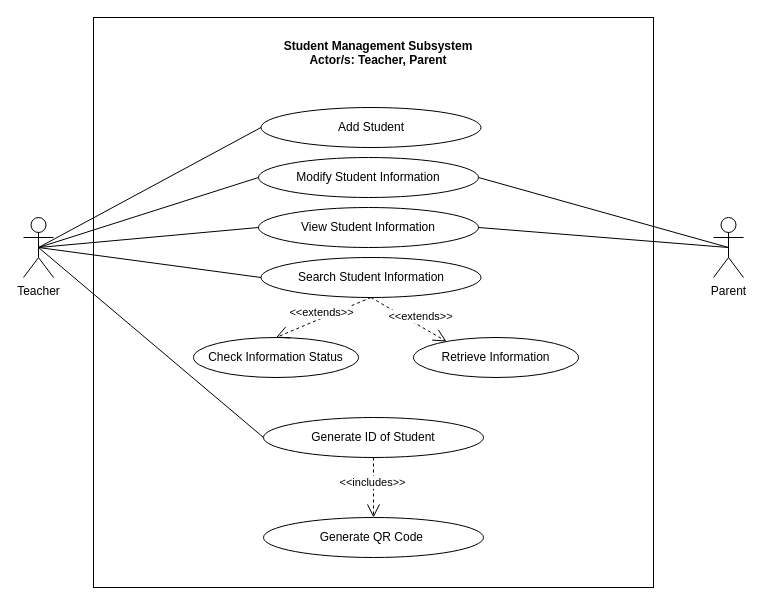
Before: page "SMS" (1 of 7) of REVISIONS/UML-DIAGRAMS/Diagrams 5-29-2021/Diagram.drawio in mrklglsn/CAPSTONE-FILES, a draw.io diagram. Source tidied: cells renumbered, new cells numbered last; positions are measured from the earlier drawing's top-left corner, leaving out a move shared by most shapes. Both pictures are drawn from the tidied source at 100%, with x=0, y=0 at pixel (23, 17).
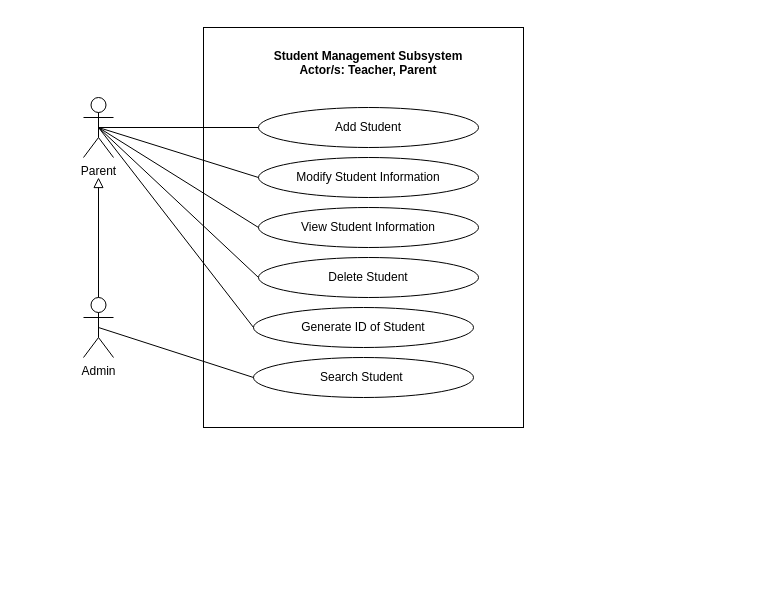
The same diagram, later.

The change refers to these unchanged cells:
```xml
<mxCell id="14" value="View Student Information" style="ellipse;whiteSpace=wrap;html=1;fillColor=none;" parent="1" vertex="1">
  <mxGeometry x="235" y="190" width="220" height="40" as="geometry" />
</mxCell>
<mxCell id="15" value="Modify Student Information" style="ellipse;whiteSpace=wrap;html=1;fillColor=none;" parent="1" vertex="1">
  <mxGeometry x="235" y="140" width="220" height="40" as="geometry" />
</mxCell>
```

What changed in the source:
```diff
@@
     <mxCell id="2" style="html=1;fillColor=none;" parent="1" vertex="1">
-      <mxGeometry x="70" width="560" height="570" as="geometry" />
+      <mxGeometry x="180" y="10" width="320" height="400" as="geometry" />
     </mxCell>
@@
-    <mxCell id="6" style="edgeStyle=none;rounded=0;jumpStyle=arc;jumpSize=14;jettySize=auto;html=1;exitX=0.5;exitY=0.5;exitDx=0;exitDy=0;exitPerimeter=0;entryX=0;entryY=0.5;entryDx=0;entryDy=0;startArrow=none;startFill=0;endArrow=none;endFill=0;startSize=11;endSize=11;" parent="1" edge="1" source="8" target="16">
-      <mxGeometry relative="1" as="geometry" />
-    </mxCell>
@@
+    <mxCell id="27" style="edgeStyle=none;rounded=0;jettySize=auto;html=1;exitX=0.5;exitY=0.5;exitDx=0;exitDy=0;exitPerimeter=0;entryX=0;entryY=0.5;entryDx=0;entryDy=0;endArrow=none;endFill=0;" parent="1" edge="1" source="8" target="30">
+      <mxGeometry relative="1" as="geometry" />
+    </mxCell>
-    <mxCell id="8" value="Teacher" style="shape=umlActor;verticalLabelPosition=bottom;verticalAlign=top;html=1;fillColor=none;" parent="1" vertex="1">
-      <mxGeometry y="200" width="30" height="60" as="geometry" />
+    <mxCell id="8" value="Parent" style="shape=umlActor;verticalLabelPosition=bottom;verticalAlign=top;html=1;fillColor=none;" parent="1" vertex="1">
+      <mxGeometry x="60" y="80" width="30" height="60" as="geometry" />
     </mxCell>
-    <mxCell id="9" style="edgeStyle=none;rounded=0;jumpStyle=arc;jumpSize=14;jettySize=auto;html=1;exitX=0.5;exitY=0.5;exitDx=0;exitDy=0;exitPerimeter=0;entryX=1;entryY=0.5;entryDx=0;entryDy=0;startArrow=none;startFill=0;endArrow=none;endFill=0;startSize=11;endSize=11;" parent="1" edge="1" source="11" target="14">
-      <mxGeometry relative="1" as="geometry" />
-    </mxCell>
-    <mxCell id="10" style="edgeStyle=none;rounded=0;jumpStyle=arc;jumpSize=14;jettySize=auto;html=1;exitX=0.5;exitY=0.5;exitDx=0;exitDy=0;exitPerimeter=0;entryX=1;entryY=0.5;entryDx=0;entryDy=0;startArrow=none;startFill=0;endArrow=none;endFill=0;startSize=11;endSize=11;" parent="1" edge="1" source="11" target="15">
-      <mxGeometry relative="1" as="geometry" />
-    </mxCell>
+    <mxCell id="28" style="edgeStyle=none;rounded=0;jettySize=auto;html=1;exitX=0.5;exitY=0;exitDx=0;exitDy=0;exitPerimeter=0;endArrow=block;endFill=0;endSize=8;" parent="1" edge="1" source="11">
+      <mxGeometry relative="1" as="geometry">
+        <mxPoint x="75" y="160" as="targetPoint" />
+      </mxGeometry>
+    </mxCell>
+    <mxCell id="29" style="edgeStyle=none;rounded=0;jettySize=auto;html=1;exitX=0.5;exitY=0.5;exitDx=0;exitDy=0;exitPerimeter=0;entryX=0;entryY=0.5;entryDx=0;entryDy=0;endArrow=none;endFill=0;endSize=8;" parent="1" edge="1" source="11" target="16">
+      <mxGeometry relative="1" as="geometry" />
+    </mxCell>
-    <mxCell id="11" value="Parent" style="shape=umlActor;verticalLabelPosition=bottom;verticalAlign=top;html=1;fillColor=none;" parent="1" vertex="1">
-      <mxGeometry x="690" y="200" width="30" height="60" as="geometry" />
+    <mxCell id="11" value="Admin" style="shape=umlActor;verticalLabelPosition=bottom;verticalAlign=top;html=1;fillColor=none;" parent="1" vertex="1">
+      <mxGeometry x="60" y="280" width="30" height="60" as="geometry" />
     </mxCell>
     <mxCell id="12" value="Student Management Subsystem&#10;Actor/s: Teacher, Parent" style="text;align=center;fontStyle=1;verticalAlign=middle;spacingLeft=3;spacingRight=3;strokeColor=none;fillColor=none;" parent="1" vertex="1">
-      <mxGeometry x="195" y="20" width="320" height="30" as="geometry" />
+      <mxGeometry x="185" y="30" width="320" height="30" as="geometry" />
     </mxCell>
     <mxCell id="13" value="Add Student" style="ellipse;whiteSpace=wrap;html=1;fillColor=none;" parent="1" vertex="1">
-      <mxGeometry x="237.5" y="90" width="220" height="40" as="geometry" />
+      <mxGeometry x="235" y="90" width="220" height="40" as="geometry" />
     </mxCell>
@@
-    <mxCell id="16" value="Search Student Information" style="ellipse;whiteSpace=wrap;html=1;fillColor=none;" parent="1" vertex="1">
-      <mxGeometry x="237.5" y="240" width="220" height="40" as="geometry" />
+    <mxCell id="16" value="Search Student&amp;nbsp;" style="ellipse;whiteSpace=wrap;html=1;fillColor=none;" parent="1" vertex="1">
+      <mxGeometry x="230" y="340" width="220" height="40" as="geometry" />
     </mxCell>
-    <mxCell id="17" value="Check Information Status" style="ellipse;whiteSpace=wrap;html=1;fillColor=none;" parent="1" vertex="1">
-      <mxGeometry x="170" y="320" width="165" height="40" as="geometry" />
-    </mxCell>
-    <mxCell id="18" value="Retrieve Information" style="ellipse;whiteSpace=wrap;html=1;fillColor=none;" parent="1" vertex="1">
-      <mxGeometry x="390" y="320" width="165" height="40" as="geometry" />
-    </mxCell>
-    <mxCell id="19" style="rounded=0;jumpStyle=arc;jumpSize=14;jettySize=auto;html=1;startArrow=none;startFill=0;endArrow=open;endFill=0;startSize=11;endSize=11;dashed=1;entryX=0.5;entryY=0;entryDx=0;entryDy=0;exitX=0.5;exitY=1;exitDx=0;exitDy=0;" parent="1" edge="1" source="16" target="17">
-      <mxGeometry relative="1" as="geometry" />
-    </mxCell>
-    <mxCell id="20" value="&amp;lt;&amp;lt;extends&amp;gt;&amp;gt;" style="edgeLabel;html=1;align=center;verticalAlign=middle;" parent="19" vertex="1">
-      <mxGeometry x="-0.2" y="-1" relative="1" as="geometry">
-        <mxPoint x="-12" as="offset" />
-      </mxGeometry>
-    </mxCell>
-    <mxCell id="21" style="rounded=0;jumpStyle=arc;jumpSize=14;jettySize=auto;html=1;exitX=0.5;exitY=1;exitDx=0;exitDy=0;startArrow=none;startFill=0;endArrow=open;endFill=0;startSize=11;endSize=11;dashed=1;entryX=0.2;entryY=0.1;entryDx=0;entryDy=0;entryPerimeter=0;" parent="1" edge="1" source="16" target="18">
-      <mxGeometry relative="1" as="geometry" />
-    </mxCell>
-    <mxCell id="22" value="&amp;lt;&amp;lt;extends&amp;gt;&amp;gt;" style="edgeLabel;html=1;align=center;verticalAlign=middle;" parent="21" vertex="1">
-      <mxGeometry x="-0.2" y="-1" relative="1" as="geometry">
-        <mxPoint x="19" as="offset" />
-      </mxGeometry>
-    </mxCell>
     <mxCell id="23" value="Generate ID of Student" style="ellipse;whiteSpace=wrap;html=1;fillColor=none;" parent="1" vertex="1">
-      <mxGeometry x="240" y="400" width="220" height="40" as="geometry" />
+      <mxGeometry x="230" y="290" width="220" height="40" as="geometry" />
     </mxCell>
-    <mxCell id="24" value="Generate QR Code&amp;nbsp;" style="ellipse;whiteSpace=wrap;html=1;fillColor=none;" parent="1" vertex="1">
-      <mxGeometry x="240" y="500" width="220" height="40" as="geometry" />
-    </mxCell>
-    <mxCell id="25" style="rounded=0;jumpStyle=arc;jumpSize=14;jettySize=auto;html=1;exitX=0.5;exitY=1;exitDx=0;exitDy=0;startArrow=none;startFill=0;endArrow=open;endFill=0;startSize=11;endSize=11;dashed=1;entryX=0.5;entryY=0;entryDx=0;entryDy=0;" parent="1" edge="1" target="24">
-      <mxGeometry relative="1" as="geometry">
-        <mxPoint x="350" y="440" as="sourcePoint" />
-      </mxGeometry>
-    </mxCell>
-    <mxCell id="26" value="&amp;lt;&amp;lt;includes&amp;gt;&amp;gt;" style="edgeLabel;html=1;align=center;verticalAlign=middle;" parent="25" vertex="1">
-      <mxGeometry x="-0.2" y="-1" relative="1" as="geometry">
-        <mxPoint x="-1" as="offset" />
-      </mxGeometry>
-    </mxCell>
+    <mxCell id="30" value="Delete Student" style="ellipse;whiteSpace=wrap;html=1;fillColor=none;" parent="1" vertex="1">
+      <mxGeometry x="235" y="240" width="220" height="40" as="geometry" />
+    </mxCell>
```
